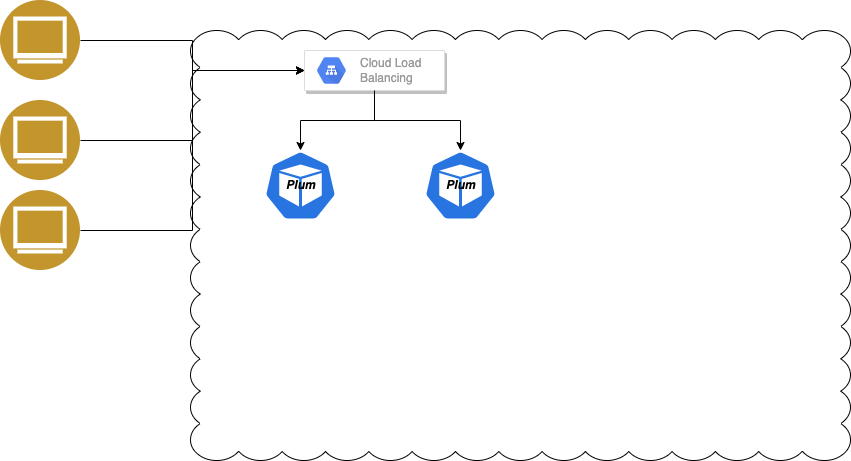
sunxingsong/app-digrams keeps this draw.io diagram as aes_rust.drawio.png. Above is the earlier version. Source tidied: cells renumbered, new cells last; positions are measured from the earlier drawing's top-left corner, leaving out a move shared by most shapes. Its diagram source:
```xml
<mxGraphModel>
  <root>
    <mxCell id="0" />
    <mxCell id="1" parent="0" />
    <mxCell id="2" style="whiteSpace=wrap;html=1;shape=mxgraph.basic.cloud_rect;" parent="1" vertex="1">
      <mxGeometry x="190" y="30" width="660" height="430" as="geometry" />
    </mxCell>
    <mxCell id="3" style="edgeStyle=orthogonalEdgeStyle;rounded=0;jettySize=auto;html=1;entryX=0;entryY=0.5;entryDx=0;entryDy=0;" parent="1" edge="1" source="4" target="6">
      <mxGeometry relative="1" as="geometry" />
    </mxCell>
    <mxCell id="4" style="perimeter=ellipsePerimeter;html=1;align=center;shadow=0;dashed=0;fontColor=#4277BB;labelBackgroundColor=#ffffff;fontSize=12;spacingTop=3;image;image=img/lib/ibm/users/browser.svg;" parent="1" vertex="1">
      <mxGeometry width="80" height="80" as="geometry" />
    </mxCell>
    <mxCell id="5" style="edgeStyle=orthogonalEdgeStyle;rounded=0;jettySize=auto;html=1;exitX=0.5;exitY=1;exitDx=0;exitDy=0;entryX=0.5;entryY=0;entryDx=0;entryDy=0;entryPerimeter=0;" parent="1" edge="1" source="6" target="12">
      <mxGeometry relative="1" as="geometry" />
    </mxCell>
    <mxCell id="6" style="strokeColor=#dddddd;shadow=1;strokeWidth=1;rounded=1;absoluteArcSize=1;arcSize=2;" parent="1" vertex="1">
      <mxGeometry x="304" y="50" width="140" height="40" as="geometry" />
    </mxCell>
    <mxCell id="7" value="Cloud Load&#10;Balancing" style="sketch=0;dashed=0;html=1;fillColor=#5184F3;strokeColor=none;shape=mxgraph.gcp2.hexIcon;prIcon=cloud_load_balancing;labelPosition=right;verticalLabelPosition=middle;align=left;verticalAlign=middle;spacingLeft=5;fontColor=#999999;fontSize=12;" parent="6" vertex="1">
      <mxGeometry y="0.5" width="44" height="39" relative="1" as="geometry">
        <mxPoint x="5" y="-19.5" as="offset" />
      </mxGeometry>
    </mxCell>
    <mxCell id="8" style="edgeStyle=orthogonalEdgeStyle;rounded=0;jettySize=auto;html=1;entryX=0;entryY=0.5;entryDx=0;entryDy=0;" parent="1" edge="1" source="9" target="6">
      <mxGeometry relative="1" as="geometry" />
    </mxCell>
    <mxCell id="9" style="perimeter=ellipsePerimeter;html=1;align=center;shadow=0;dashed=0;fontColor=#4277BB;labelBackgroundColor=#ffffff;fontSize=12;spacingTop=3;image;image=img/lib/ibm/users/browser.svg;" parent="1" vertex="1">
      <mxGeometry y="100" width="80" height="80" as="geometry" />
    </mxCell>
    <mxCell id="10" style="edgeStyle=orthogonalEdgeStyle;rounded=0;jettySize=auto;html=1;entryX=0;entryY=0.5;entryDx=0;entryDy=0;" parent="1" edge="1" source="11" target="6">
      <mxGeometry relative="1" as="geometry" />
    </mxCell>
    <mxCell id="11" style="perimeter=ellipsePerimeter;html=1;align=center;shadow=0;dashed=0;fontColor=#4277BB;labelBackgroundColor=#ffffff;fontSize=12;spacingTop=3;image;image=img/lib/ibm/users/browser.svg;" parent="1" vertex="1">
      <mxGeometry y="190" width="80" height="80" as="geometry" />
    </mxCell>
    <mxCell id="12" value="&lt;b&gt;&lt;i&gt;Plum&lt;/i&gt;&lt;/b&gt;&lt;br&gt;" style="sketch=0;html=1;dashed=0;whitespace=wrap;fillColor=#2875E2;strokeColor=#ffffff;points=[[0.005,0.63,0],[0.1,0.2,0],[0.9,0.2,0],[0.5,0,0],[0.995,0.63,0],[0.72,0.99,0],[0.5,1,0],[0.28,0.99,0]];shape=mxgraph.kubernetes.icon;prIcon=pod;" parent="1" vertex="1">
      <mxGeometry x="420" y="150" width="80" height="70" as="geometry" />
    </mxCell>
    <mxCell id="13" value="&lt;b&gt;&lt;i&gt;Plum&lt;/i&gt;&lt;/b&gt;&lt;br&gt;" style="sketch=0;html=1;dashed=0;whitespace=wrap;fillColor=#2875E2;strokeColor=#ffffff;points=[[0.005,0.63,0],[0.1,0.2,0],[0.9,0.2,0],[0.5,0,0],[0.995,0.63,0],[0.72,0.99,0],[0.5,1,0],[0.28,0.99,0]];shape=mxgraph.kubernetes.icon;prIcon=pod;" parent="1" vertex="1">
      <mxGeometry x="260" y="150" width="80" height="70" as="geometry" />
    </mxCell>
    <mxCell id="14" style="edgeStyle=orthogonalEdgeStyle;rounded=0;jettySize=auto;html=1;exitX=0.5;exitY=1;exitDx=0;exitDy=0;entryX=0.5;entryY=0;entryDx=0;entryDy=0;entryPerimeter=0;" parent="1" edge="1" source="6" target="13">
      <mxGeometry relative="1" as="geometry">
        <Array as="points">
          <mxPoint x="374" y="120" />
          <mxPoint x="300" y="120" />
        </Array>
      </mxGeometry>
    </mxCell>
  </root>
</mxGraphModel>
```
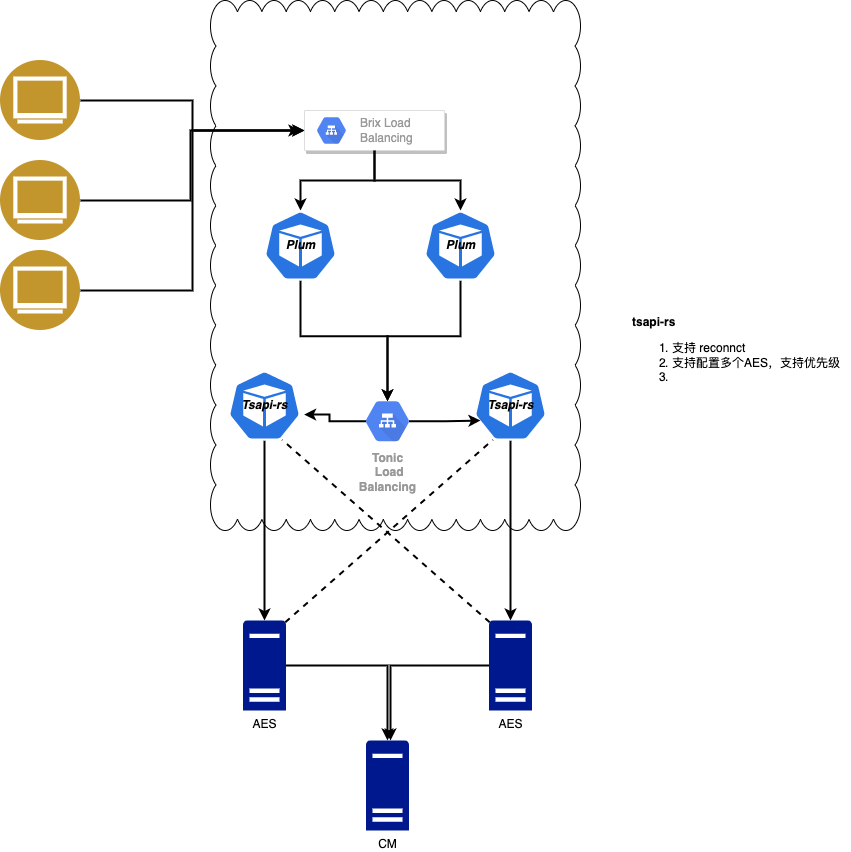
Later version of the same file.

Diff of the diagram source:
```diff
@@ -2,51 +2,109 @@
   <root>
     <mxCell id="0" />
     <mxCell id="1" parent="0" />
-    <mxCell id="2" style="whiteSpace=wrap;html=1;shape=mxgraph.basic.cloud_rect;" parent="1" vertex="1">
-      <mxGeometry x="190" y="30" width="660" height="430" as="geometry" />
+    <mxCell id="2" style="whiteSpace=wrap;html=1;shape=mxgraph.basic.cloud_rect;gradientColor=#ffffff;" parent="1" vertex="1">
+      <mxGeometry x="210" y="-60" width="370" height="530" as="geometry" />
     </mxCell>
-    <mxCell id="3" style="edgeStyle=orthogonalEdgeStyle;rounded=0;jettySize=auto;html=1;entryX=0;entryY=0.5;entryDx=0;entryDy=0;" parent="1" edge="1" source="4" target="6">
+    <mxCell id="3" style="edgeStyle=orthogonalEdgeStyle;rounded=0;jettySize=auto;html=1;strokeWidth=2;entryX=0;entryY=0.5;entryDx=0;entryDy=0;" parent="1" edge="1" source="4" target="6">
       <mxGeometry relative="1" as="geometry" />
     </mxCell>
     <mxCell id="4" style="perimeter=ellipsePerimeter;html=1;align=center;shadow=0;dashed=0;fontColor=#4277BB;labelBackgroundColor=#ffffff;fontSize=12;spacingTop=3;image;image=img/lib/ibm/users/browser.svg;" parent="1" vertex="1">
       <mxGeometry width="80" height="80" as="geometry" />
     </mxCell>
-    <mxCell id="5" style="edgeStyle=orthogonalEdgeStyle;rounded=0;jettySize=auto;html=1;exitX=0.5;exitY=1;exitDx=0;exitDy=0;entryX=0.5;entryY=0;entryDx=0;entryDy=0;entryPerimeter=0;" parent="1" edge="1" source="6" target="12">
-      <mxGeometry relative="1" as="geometry" />
-    </mxCell>
+    <mxCell id="14" style="edgeStyle=orthogonalEdgeStyle;rounded=0;jettySize=auto;html=1;strokeWidth=2;" parent="1" edge="1" source="6" target="13">
+      <mxGeometry relative="1" as="geometry" />
+    </mxCell>
     <mxCell id="6" style="strokeColor=#dddddd;shadow=1;strokeWidth=1;rounded=1;absoluteArcSize=1;arcSize=2;" parent="1" vertex="1">
       <mxGeometry x="304" y="50" width="140" height="40" as="geometry" />
     </mxCell>
-    <mxCell id="7" value="Cloud Load&#10;Balancing" style="sketch=0;dashed=0;html=1;fillColor=#5184F3;strokeColor=none;shape=mxgraph.gcp2.hexIcon;prIcon=cloud_load_balancing;labelPosition=right;verticalLabelPosition=middle;align=left;verticalAlign=middle;spacingLeft=5;fontColor=#999999;fontSize=12;" parent="6" vertex="1">
+    <mxCell id="7" value="Brix Load&lt;br&gt;Balancing" style="sketch=0;dashed=0;html=1;fillColor=#5184F3;strokeColor=none;shape=mxgraph.gcp2.hexIcon;prIcon=cloud_load_balancing;labelPosition=right;verticalLabelPosition=middle;align=left;verticalAlign=middle;spacingLeft=5;fontColor=#999999;fontSize=12;" parent="6" vertex="1">
       <mxGeometry y="0.5" width="44" height="39" relative="1" as="geometry">
         <mxPoint x="5" y="-19.5" as="offset" />
       </mxGeometry>
     </mxCell>
-    <mxCell id="8" style="edgeStyle=orthogonalEdgeStyle;rounded=0;jettySize=auto;html=1;entryX=0;entryY=0.5;entryDx=0;entryDy=0;" parent="1" edge="1" source="9" target="6">
-      <mxGeometry relative="1" as="geometry" />
-    </mxCell>
+    <mxCell id="15" style="edgeStyle=orthogonalEdgeStyle;rounded=0;jettySize=auto;html=1;strokeWidth=2;" parent="1" edge="1" source="9">
+      <mxGeometry relative="1" as="geometry">
+        <mxPoint x="300" y="70" as="targetPoint" />
+        <Array as="points">
+          <mxPoint x="190" y="140" />
+          <mxPoint x="190" y="70" />
+        </Array>
+      </mxGeometry>
+    </mxCell>
     <mxCell id="9" style="perimeter=ellipsePerimeter;html=1;align=center;shadow=0;dashed=0;fontColor=#4277BB;labelBackgroundColor=#ffffff;fontSize=12;spacingTop=3;image;image=img/lib/ibm/users/browser.svg;" parent="1" vertex="1">
       <mxGeometry y="100" width="80" height="80" as="geometry" />
     </mxCell>
-    <mxCell id="10" style="edgeStyle=orthogonalEdgeStyle;rounded=0;jettySize=auto;html=1;entryX=0;entryY=0.5;entryDx=0;entryDy=0;" parent="1" edge="1" source="11" target="6">
+    <mxCell id="10" style="edgeStyle=orthogonalEdgeStyle;rounded=0;jettySize=auto;html=1;entryX=0;entryY=0.5;entryDx=0;entryDy=0;strokeWidth=2;" parent="1" edge="1" source="11" target="6">
       <mxGeometry relative="1" as="geometry" />
     </mxCell>
     <mxCell id="11" style="perimeter=ellipsePerimeter;html=1;align=center;shadow=0;dashed=0;fontColor=#4277BB;labelBackgroundColor=#ffffff;fontSize=12;spacingTop=3;image;image=img/lib/ibm/users/browser.svg;" parent="1" vertex="1">
       <mxGeometry y="190" width="80" height="80" as="geometry" />
     </mxCell>
+    <mxCell id="16" style="edgeStyle=orthogonalEdgeStyle;rounded=0;jettySize=auto;html=1;entryX=0.5;entryY=0.16;entryDx=0;entryDy=0;entryPerimeter=0;strokeWidth=2;" parent="1" edge="1" source="12" target="24">
+      <mxGeometry relative="1" as="geometry" />
+    </mxCell>
     <mxCell id="12" value="&lt;b&gt;&lt;i&gt;Plum&lt;/i&gt;&lt;/b&gt;&lt;br&gt;" style="sketch=0;html=1;dashed=0;whitespace=wrap;fillColor=#2875E2;strokeColor=#ffffff;points=[[0.005,0.63,0],[0.1,0.2,0],[0.9,0.2,0],[0.5,0,0],[0.995,0.63,0],[0.72,0.99,0],[0.5,1,0],[0.28,0.99,0]];shape=mxgraph.kubernetes.icon;prIcon=pod;" parent="1" vertex="1">
       <mxGeometry x="420" y="150" width="80" height="70" as="geometry" />
     </mxCell>
+    <mxCell id="17" style="edgeStyle=orthogonalEdgeStyle;rounded=0;jettySize=auto;html=1;entryX=0.5;entryY=0.16;entryDx=0;entryDy=0;entryPerimeter=0;strokeWidth=2;exitX=0.5;exitY=1;exitDx=0;exitDy=0;exitPerimeter=0;" parent="1" edge="1" source="13" target="24">
+      <mxGeometry relative="1" as="geometry" />
+    </mxCell>
     <mxCell id="13" value="&lt;b&gt;&lt;i&gt;Plum&lt;/i&gt;&lt;/b&gt;&lt;br&gt;" style="sketch=0;html=1;dashed=0;whitespace=wrap;fillColor=#2875E2;strokeColor=#ffffff;points=[[0.005,0.63,0],[0.1,0.2,0],[0.9,0.2,0],[0.5,0,0],[0.995,0.63,0],[0.72,0.99,0],[0.5,1,0],[0.28,0.99,0]];shape=mxgraph.kubernetes.icon;prIcon=pod;" parent="1" vertex="1">
       <mxGeometry x="260" y="150" width="80" height="70" as="geometry" />
     </mxCell>
-    <mxCell id="14" style="edgeStyle=orthogonalEdgeStyle;rounded=0;jettySize=auto;html=1;exitX=0.5;exitY=1;exitDx=0;exitDy=0;entryX=0.5;entryY=0;entryDx=0;entryDy=0;entryPerimeter=0;" parent="1" edge="1" source="6" target="13">
-      <mxGeometry relative="1" as="geometry">
-        <Array as="points">
-          <mxPoint x="374" y="120" />
-          <mxPoint x="300" y="120" />
-        </Array>
-      </mxGeometry>
-    </mxCell>
+    <mxCell id="18" style="edgeStyle=orthogonalEdgeStyle;rounded=0;jettySize=auto;html=1;exitX=0.5;exitY=1;exitDx=0;exitDy=0;exitPerimeter=0;entryX=0.5;entryY=0;entryDx=0;entryDy=0;entryPerimeter=0;strokeWidth=2;" parent="1" edge="1" source="19">
+      <mxGeometry relative="1" as="geometry">
+        <mxPoint x="264" y="560" as="targetPoint" />
+      </mxGeometry>
+    </mxCell>
+    <mxCell id="19" value="&lt;b&gt;&lt;i&gt;Tsapi-rs&lt;/i&gt;&lt;/b&gt;" style="sketch=0;html=1;dashed=0;whitespace=wrap;fillColor=#2875E2;strokeColor=#ffffff;points=[[0.005,0.63,0],[0.1,0.2,0],[0.9,0.2,0],[0.5,0,0],[0.995,0.63,0],[0.72,0.99,0],[0.5,1,0],[0.28,0.99,0]];shape=mxgraph.kubernetes.icon;prIcon=pod;" parent="1" vertex="1">
+      <mxGeometry x="224" y="310" width="80" height="70" as="geometry" />
+    </mxCell>
+    <mxCell id="20" style="edgeStyle=orthogonalEdgeStyle;rounded=0;jettySize=auto;html=1;exitX=0.5;exitY=1;exitDx=0;exitDy=0;exitPerimeter=0;entryX=0.5;entryY=0;entryDx=0;entryDy=0;entryPerimeter=0;strokeWidth=2;" parent="1" edge="1" source="21">
+      <mxGeometry relative="1" as="geometry">
+        <mxPoint x="510" y="560" as="targetPoint" />
+      </mxGeometry>
+    </mxCell>
+    <mxCell id="21" value="&lt;b&gt;&lt;i&gt;Tsapi-rs&lt;/i&gt;&lt;/b&gt;" style="sketch=0;html=1;dashed=0;whitespace=wrap;fillColor=#2875E2;strokeColor=#ffffff;points=[[0.005,0.63,0],[0.1,0.2,0],[0.9,0.2,0],[0.5,0,0],[0.995,0.63,0],[0.72,0.99,0],[0.5,1,0],[0.28,0.99,0]];shape=mxgraph.kubernetes.icon;prIcon=pod;" parent="1" vertex="1">
+      <mxGeometry x="470" y="310" width="80" height="70" as="geometry" />
+    </mxCell>
+    <mxCell id="22" style="edgeStyle=orthogonalEdgeStyle;rounded=0;jettySize=auto;html=1;exitX=0.175;exitY=0.5;exitDx=0;exitDy=0;exitPerimeter=0;entryX=0.995;entryY=0.63;entryDx=0;entryDy=0;entryPerimeter=0;strokeWidth=2;" parent="1" edge="1" source="24" target="19">
+      <mxGeometry relative="1" as="geometry" />
+    </mxCell>
+    <mxCell id="23" style="edgeStyle=orthogonalEdgeStyle;rounded=0;jettySize=auto;html=1;exitX=0.825;exitY=0.5;exitDx=0;exitDy=0;exitPerimeter=0;entryX=0.125;entryY=0.714;entryDx=0;entryDy=0;entryPerimeter=0;strokeWidth=2;" parent="1" edge="1" source="24" target="21">
+      <mxGeometry relative="1" as="geometry" />
+    </mxCell>
+    <mxCell id="24" value="Tonic&lt;br&gt;&amp;nbsp;Load&lt;br&gt;Balancing" style="sketch=0;html=1;fillColor=#5184F3;strokeColor=none;verticalAlign=top;labelPosition=center;verticalLabelPosition=bottom;align=center;spacingTop=-6;fontSize=11;fontStyle=1;fontColor=#999999;shape=mxgraph.gcp2.hexIcon;prIcon=cloud_load_balancing;" parent="1" vertex="1">
+      <mxGeometry x="354" y="331.5" width="66" height="58.5" as="geometry" />
+    </mxCell>
+    <mxCell id="5" style="edgeStyle=orthogonalEdgeStyle;rounded=0;jettySize=auto;html=1;strokeWidth=2;entryX=0.5;entryY=0;entryDx=0;entryDy=0;entryPerimeter=0;exitX=0.5;exitY=1;exitDx=0;exitDy=0;" parent="1" edge="1" source="6" target="12">
+      <mxGeometry relative="1" as="geometry" />
+    </mxCell>
+    <mxCell id="25" style="edgeStyle=orthogonalEdgeStyle;rounded=0;jettySize=auto;html=1;exitX=1;exitY=0.5;exitDx=0;exitDy=0;exitPerimeter=0;entryX=0.5;entryY=0;entryDx=0;entryDy=0;entryPerimeter=0;strokeWidth=2;" parent="1" edge="1" source="26" target="29">
+      <mxGeometry relative="1" as="geometry" />
+    </mxCell>
+    <mxCell id="26" value="AES" style="sketch=0;shadow=0;dashed=0;html=1;strokeColor=none;labelPosition=center;verticalLabelPosition=bottom;verticalAlign=top;align=center;fillColor=#00188D;shape=mxgraph.mscae.enterprise.server_generic;" parent="1" vertex="1">
+      <mxGeometry x="242.4" y="560" width="43.2" height="90" as="geometry" />
+    </mxCell>
+    <mxCell id="27" style="edgeStyle=orthogonalEdgeStyle;rounded=0;jettySize=auto;html=1;exitX=0;exitY=0.5;exitDx=0;exitDy=0;exitPerimeter=0;strokeWidth=2;" parent="1" edge="1" source="28">
+      <mxGeometry relative="1" as="geometry">
+        <mxPoint x="390" y="680" as="targetPoint" />
+      </mxGeometry>
+    </mxCell>
+    <mxCell id="28" value="AES" style="sketch=0;shadow=0;dashed=0;html=1;strokeColor=none;labelPosition=center;verticalLabelPosition=bottom;verticalAlign=top;align=center;fillColor=#00188D;shape=mxgraph.mscae.enterprise.server_generic;" parent="1" vertex="1">
+      <mxGeometry x="488.4" y="560" width="43.2" height="90" as="geometry" />
+    </mxCell>
+    <mxCell id="29" value="CM&lt;br&gt;" style="sketch=0;shadow=0;dashed=0;html=1;strokeColor=none;labelPosition=center;verticalLabelPosition=bottom;verticalAlign=top;align=center;fillColor=#00188D;shape=mxgraph.mscae.enterprise.server_generic;" parent="1" vertex="1">
+      <mxGeometry x="365.4" y="680" width="43.2" height="90" as="geometry" />
+    </mxCell>
+    <mxCell id="30" style="endArrow=none;dashed=1;html=1;rounded=0;strokeWidth=2;entryX=0.28;entryY=0.99;entryDx=0;entryDy=0;entryPerimeter=0;exitX=0.98;exitY=0.02;exitDx=0;exitDy=0;exitPerimeter=0;" parent="1" edge="1" source="26" target="21">
+      <mxGeometry relative="1" as="geometry" />
+    </mxCell>
+    <mxCell id="31" style="endArrow=none;dashed=1;html=1;rounded=0;strokeWidth=2;entryX=0.72;entryY=0.99;entryDx=0;entryDy=0;entryPerimeter=0;exitX=0.02;exitY=0.02;exitDx=0;exitDy=0;exitPerimeter=0;" parent="1" edge="1" source="28" target="19">
+      <mxGeometry relative="1" as="geometry" />
+    </mxCell>
+    <mxCell id="32" value="&lt;font style=&quot;font-size: 12px&quot;&gt;&lt;b&gt;tsapi-rs &lt;br&gt;&lt;/b&gt;&lt;/font&gt;&lt;ol&gt;&lt;li style=&quot;font-size: 10px&quot;&gt;支持 reconnct&lt;/li&gt;&lt;li style=&quot;font-size: 10px&quot;&gt;支持配置多个AES，支持优先级&lt;/li&gt;&lt;li style=&quot;font-size: 10px&quot;&gt;&lt;br&gt;&lt;/li&gt;&lt;/ol&gt;" style="text;html=1;align=left;verticalAlign=middle;strokeColor=none;fillColor=none;" parent="1" vertex="1">
+      <mxGeometry x="630" y="250" width="220" height="90" as="geometry" />
+    </mxCell>
   </root>
 </mxGraphModel>
```
